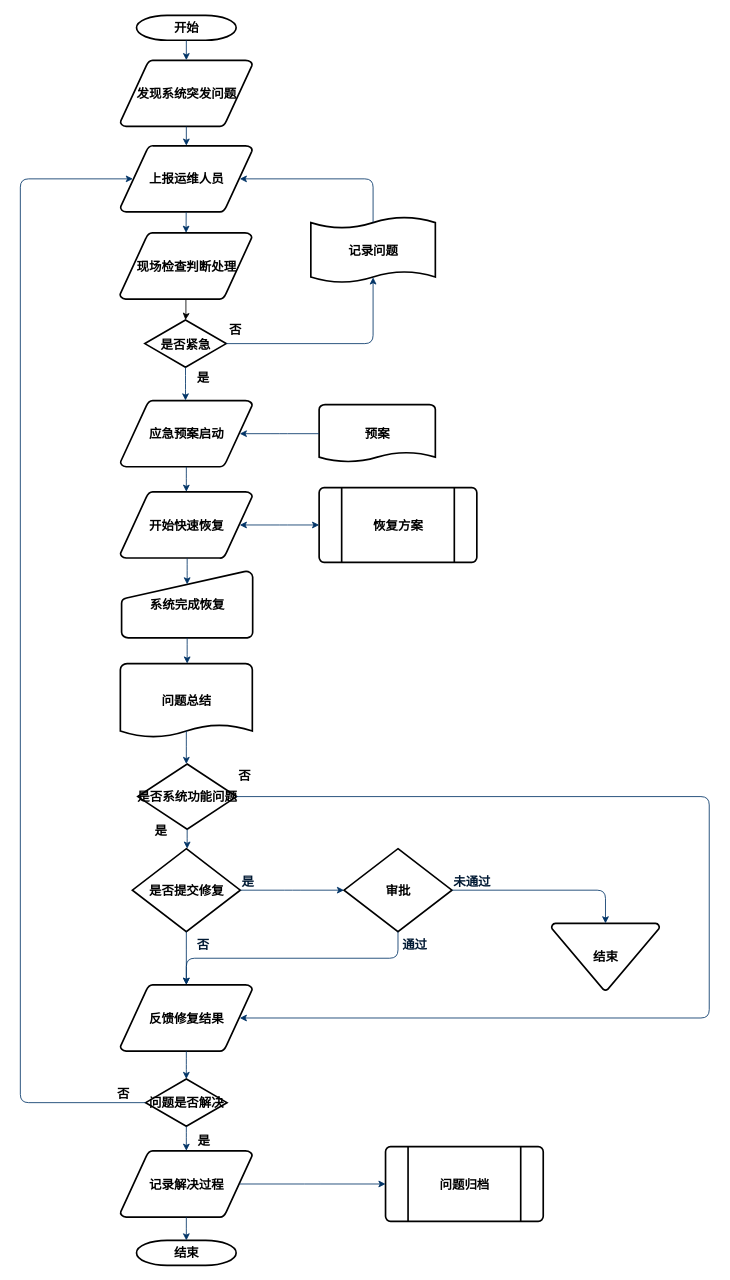
DeanTuYu/DrawIo keeps this draw.io diagram as 系统恢复方案-应急响应流程.drawio. Above is the earlier version. Source tidied: cells renumbered, new cells numbered last; positions are measured from the earlier drawing's top-left corner, leaving out a move shared by most shapes. Both pictures are drawn from the tidied source at 83%, with x=0, y=0 at pixel (20, 15).
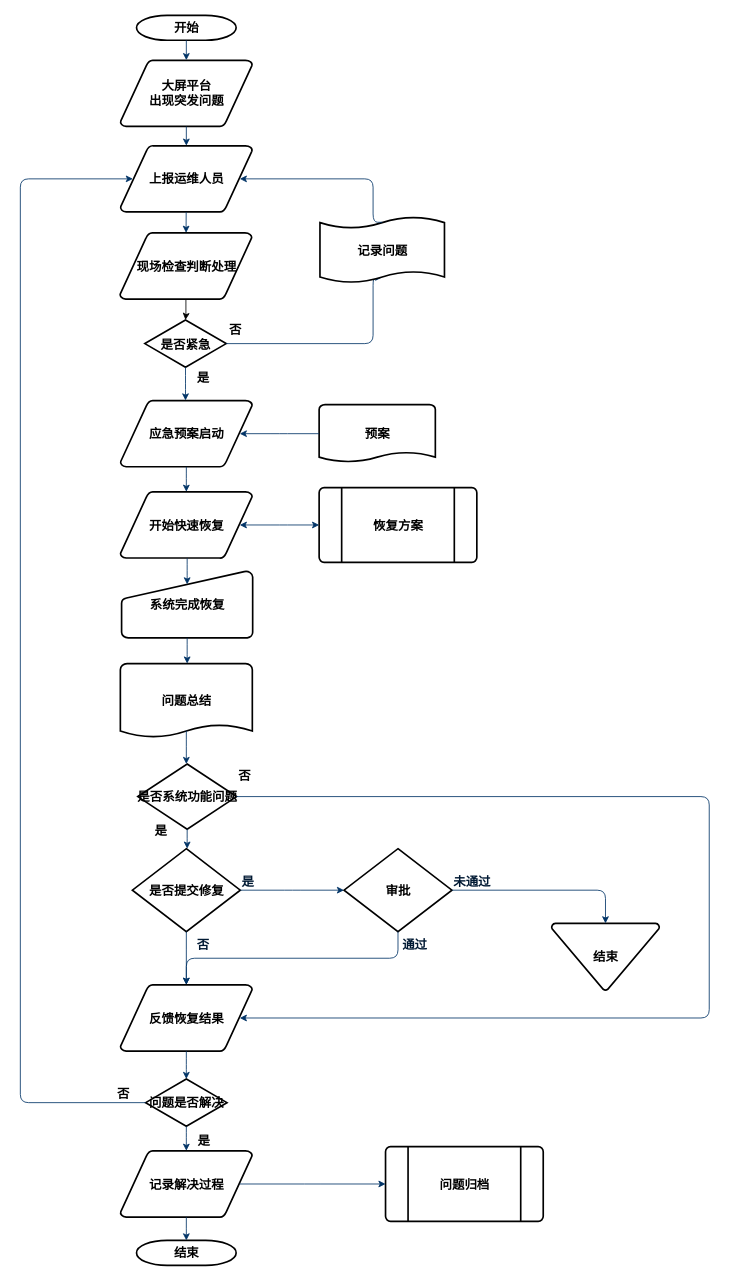
The same page after the edit.

Commit message (it also covers changes not shown here):
Update 系统恢复方案-应急响应流程.drawio

What changed in the source:
```diff
@@
-    <mxCell id="3" value="发现系统突发问题" style="shape=mxgraph.flowchart.data;strokeWidth=2;gradientColor=none;gradientDirection=north;fontStyle=1;html=1;fontSize=15;" parent="1" vertex="1">
+    <mxCell id="3" value="大屏平台&lt;br&gt;出现突发问题" style="shape=mxgraph.flowchart.data;strokeWidth=2;gradientColor=none;gradientDirection=north;fontStyle=1;html=1;fontSize=15;" parent="1" vertex="1">
       <mxGeometry x="120.5" y="54" width="159" height="80" as="geometry" />
     </mxCell>
@@
-    <mxCell id="33" value="反馈修复结果" style="shape=mxgraph.flowchart.data;strokeWidth=2;gradientColor=none;gradientDirection=north;fontStyle=1;html=1;fontSize=15;" parent="1" vertex="1">
+    <mxCell id="33" value="反馈恢复结果" style="shape=mxgraph.flowchart.data;strokeWidth=2;gradientColor=none;gradientDirection=north;fontStyle=1;html=1;fontSize=15;" parent="1" vertex="1">
       <mxGeometry x="120.5" y="1168" width="159" height="80" as="geometry" />
     </mxCell>
@@
     <mxCell id="50" value="记录问题" style="shape=mxgraph.flowchart.paper_tape;strokeWidth=2;gradientColor=none;gradientDirection=north;fontStyle=1;html=1;fontSize=15;" parent="1" vertex="1">
-      <mxGeometry x="350" y="242" width="150" height="81" as="geometry" />
+      <mxGeometry x="361" y="242" width="150" height="81" as="geometry" />
     </mxCell>
```
